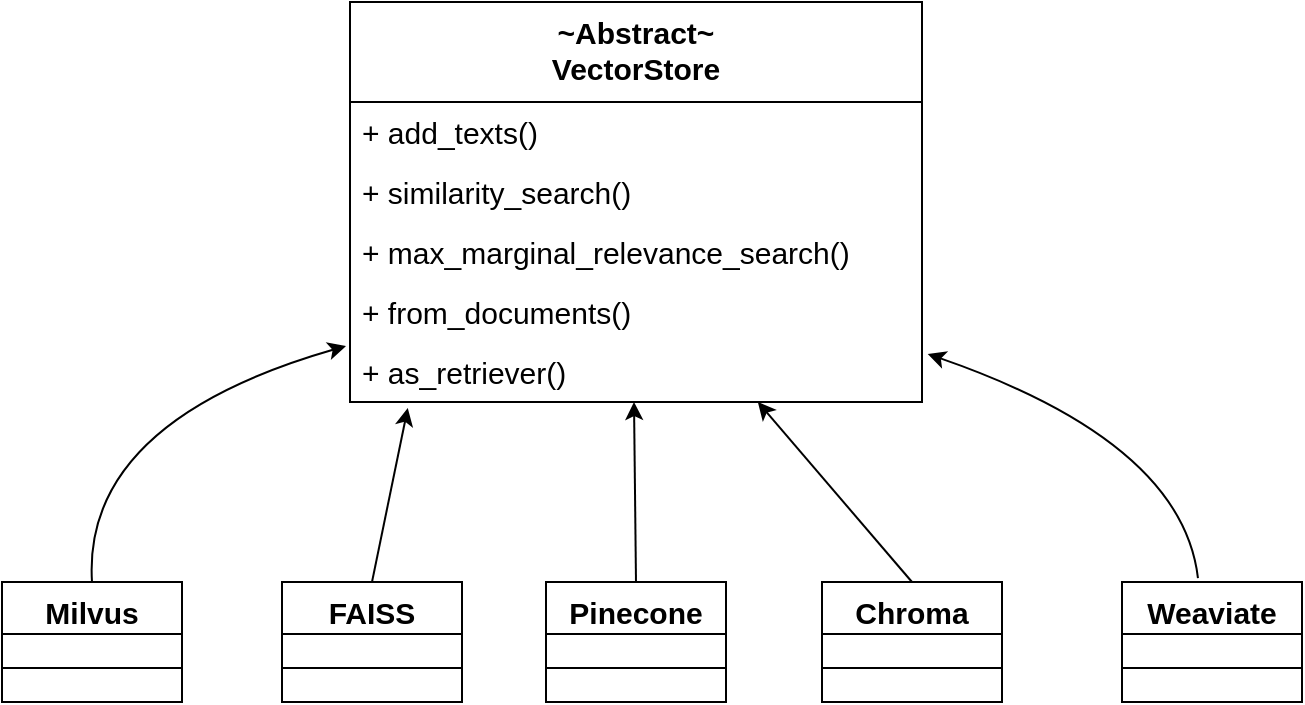
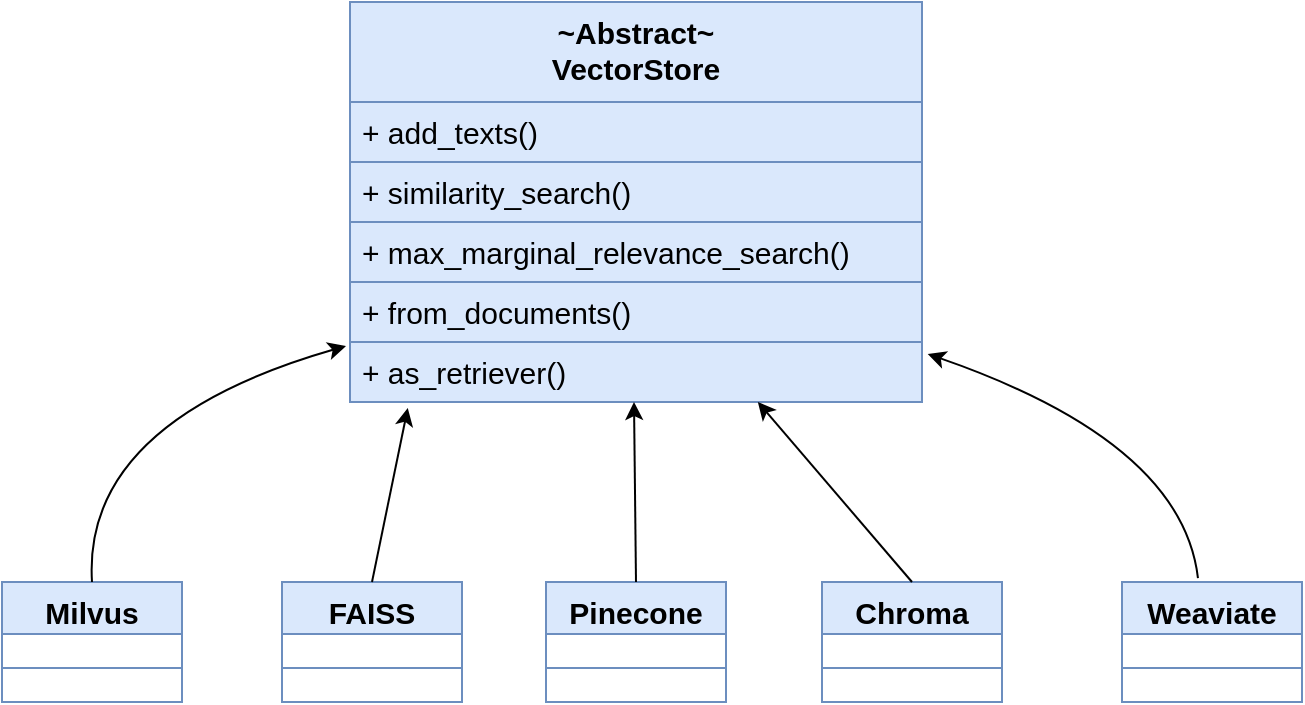
<mxfile host="app.diagrams.net">
  <diagram name="第 1 页" id="Y-R_4WBUKUfJA1rpI_0V">
    <mxGraphModel dx="1414" dy="751" grid="1" gridSize="10" guides="1" tooltips="1" connect="1" arrows="1" fold="1" page="1" pageScale="1" pageWidth="827" pageHeight="1169" math="0" shadow="0">
      <root>
        <mxCell id="0" />
        <mxCell id="1" parent="0" />
-         <mxCell id="nYBL7SKyiEKuapd49Qyh-1" parent="1" style="swimlane;fontStyle=1;align=center;verticalAlign=top;childLayout=stackLayout;horizontal=1;startSize=50;horizontalStack=0;resizeParent=1;resizeParentMax=0;resizeLast=0;collapsible=1;marginBottom=0;whiteSpace=wrap;html=1;swimlaneLine=1;fontSize=15;" value="~Abstract~&lt;div&gt;VectorStore&lt;/div&gt;" vertex="1">
+         <mxCell id="nYBL7SKyiEKuapd49Qyh-1" parent="1" style="swimlane;fontStyle=1;align=center;verticalAlign=top;childLayout=stackLayout;horizontal=1;startSize=50;horizontalStack=0;resizeParent=1;resizeParentMax=0;resizeLast=0;collapsible=1;marginBottom=0;whiteSpace=wrap;html=1;swimlaneLine=1;fontSize=15;fillColor=#dae8fc;strokeColor=#6c8ebf;" value="~Abstract~&lt;div&gt;VectorStore&lt;/div&gt;" vertex="1">
          <mxGeometry height="200" width="286" x="334" y="90" as="geometry">
            <mxRectangle height="50" width="100" x="334" y="90" as="alternateBounds" />
          </mxGeometry>
        </mxCell>
-         <mxCell id="nYBL7SKyiEKuapd49Qyh-2" parent="nYBL7SKyiEKuapd49Qyh-1" style="text;strokeColor=none;fillColor=none;align=left;verticalAlign=top;spacingLeft=4;spacingRight=4;overflow=hidden;rotatable=0;points=[[0,0.5],[1,0.5]];portConstraint=eastwest;whiteSpace=wrap;html=1;fontSize=15;" value="+ add_texts()" vertex="1">
+         <mxCell id="nYBL7SKyiEKuapd49Qyh-2" parent="nYBL7SKyiEKuapd49Qyh-1" style="text;strokeColor=#6c8ebf;fillColor=#dae8fc;align=left;verticalAlign=top;spacingLeft=4;spacingRight=4;overflow=hidden;rotatable=0;points=[[0,0.5],[1,0.5]];portConstraint=eastwest;whiteSpace=wrap;html=1;fontSize=15;" value="+ add_texts()" vertex="1">
          <mxGeometry height="30" width="286" y="50" as="geometry" />
        </mxCell>
-         <mxCell id="nYBL7SKyiEKuapd49Qyh-4" parent="nYBL7SKyiEKuapd49Qyh-1" style="text;strokeColor=none;fillColor=none;align=left;verticalAlign=top;spacingLeft=4;spacingRight=4;overflow=hidden;rotatable=0;points=[[0,0.5],[1,0.5]];portConstraint=eastwest;whiteSpace=wrap;html=1;fontSize=15;" value="+ similarity_search()" vertex="1">
+         <mxCell id="nYBL7SKyiEKuapd49Qyh-4" parent="nYBL7SKyiEKuapd49Qyh-1" style="text;strokeColor=#6c8ebf;fillColor=#dae8fc;align=left;verticalAlign=top;spacingLeft=4;spacingRight=4;overflow=hidden;rotatable=0;points=[[0,0.5],[1,0.5]];portConstraint=eastwest;whiteSpace=wrap;html=1;fontSize=15;" value="+ similarity_search()" vertex="1">
          <mxGeometry height="30" width="286" y="80" as="geometry" />
        </mxCell>
-         <mxCell id="nYBL7SKyiEKuapd49Qyh-8" parent="nYBL7SKyiEKuapd49Qyh-1" style="text;strokeColor=none;fillColor=none;align=left;verticalAlign=top;spacingLeft=4;spacingRight=4;overflow=hidden;rotatable=0;points=[[0,0.5],[1,0.5]];portConstraint=eastwest;whiteSpace=wrap;html=1;fontSize=15;" value="+ max_marginal_relevance_search()" vertex="1">
+         <mxCell id="nYBL7SKyiEKuapd49Qyh-8" parent="nYBL7SKyiEKuapd49Qyh-1" style="text;strokeColor=#6c8ebf;fillColor=#dae8fc;align=left;verticalAlign=top;spacingLeft=4;spacingRight=4;overflow=hidden;rotatable=0;points=[[0,0.5],[1,0.5]];portConstraint=eastwest;whiteSpace=wrap;html=1;fontSize=15;" value="+ max_marginal_relevance_search()" vertex="1">
          <mxGeometry height="30" width="286" y="110" as="geometry" />
        </mxCell>
-         <mxCell id="nYBL7SKyiEKuapd49Qyh-9" parent="nYBL7SKyiEKuapd49Qyh-1" style="text;strokeColor=none;fillColor=none;align=left;verticalAlign=top;spacingLeft=4;spacingRight=4;overflow=hidden;rotatable=0;points=[[0,0.5],[1,0.5]];portConstraint=eastwest;whiteSpace=wrap;html=1;fontSize=15;" value="+ from_documents()" vertex="1">
+         <mxCell id="nYBL7SKyiEKuapd49Qyh-9" parent="nYBL7SKyiEKuapd49Qyh-1" style="text;strokeColor=#6c8ebf;fillColor=#dae8fc;align=left;verticalAlign=top;spacingLeft=4;spacingRight=4;overflow=hidden;rotatable=0;points=[[0,0.5],[1,0.5]];portConstraint=eastwest;whiteSpace=wrap;html=1;fontSize=15;" value="+ from_documents()" vertex="1">
          <mxGeometry height="30" width="286" y="140" as="geometry" />
        </mxCell>
-         <mxCell id="nYBL7SKyiEKuapd49Qyh-10" parent="nYBL7SKyiEKuapd49Qyh-1" style="text;strokeColor=none;fillColor=none;align=left;verticalAlign=top;spacingLeft=4;spacingRight=4;overflow=hidden;rotatable=0;points=[[0,0.5],[1,0.5]];portConstraint=eastwest;whiteSpace=wrap;html=1;fontSize=15;" value="+ as_retriever()" vertex="1">
+         <mxCell id="nYBL7SKyiEKuapd49Qyh-10" parent="nYBL7SKyiEKuapd49Qyh-1" style="text;strokeColor=#6c8ebf;fillColor=#dae8fc;align=left;verticalAlign=top;spacingLeft=4;spacingRight=4;overflow=hidden;rotatable=0;points=[[0,0.5],[1,0.5]];portConstraint=eastwest;whiteSpace=wrap;html=1;fontSize=15;" value="+ as_retriever()" vertex="1">
          <mxGeometry height="30" width="286" y="170" as="geometry" />
        </mxCell>
-         <mxCell id="nYBL7SKyiEKuapd49Qyh-16" parent="1" style="swimlane;fontStyle=1;align=center;verticalAlign=top;childLayout=stackLayout;horizontal=1;startSize=26;horizontalStack=0;resizeParent=1;resizeParentMax=0;resizeLast=0;collapsible=1;marginBottom=0;whiteSpace=wrap;html=1;fontSize=15;" value="Milvus" vertex="1">
+         <mxCell id="nYBL7SKyiEKuapd49Qyh-16" parent="1" style="swimlane;fontStyle=1;align=center;verticalAlign=top;childLayout=stackLayout;horizontal=1;startSize=26;horizontalStack=0;resizeParent=1;resizeParentMax=0;resizeLast=0;collapsible=1;marginBottom=0;whiteSpace=wrap;html=1;fontSize=15;fillColor=#dae8fc;strokeColor=#6c8ebf;" value="Milvus" vertex="1">
          <mxGeometry height="60" width="90" x="160" y="380" as="geometry" />
        </mxCell>
        <mxCell id="nYBL7SKyiEKuapd49Qyh-18" parent="nYBL7SKyiEKuapd49Qyh-16" style="line;strokeWidth=1;fillColor=none;align=left;verticalAlign=middle;spacingTop=-1;spacingLeft=3;spacingRight=3;rotatable=0;labelPosition=right;points=[];portConstraint=eastwest;strokeColor=inherit;fontSize=15;" value="" vertex="1">
          <mxGeometry height="34" width="90" y="26" as="geometry" />
        </mxCell>
-         <mxCell id="nYBL7SKyiEKuapd49Qyh-20" parent="1" style="swimlane;fontStyle=1;align=center;verticalAlign=top;childLayout=stackLayout;horizontal=1;startSize=26;horizontalStack=0;resizeParent=1;resizeParentMax=0;resizeLast=0;collapsible=1;marginBottom=0;whiteSpace=wrap;html=1;fontSize=15;" value="FAISS" vertex="1">
+         <mxCell id="nYBL7SKyiEKuapd49Qyh-20" parent="1" style="swimlane;fontStyle=1;align=center;verticalAlign=top;childLayout=stackLayout;horizontal=1;startSize=26;horizontalStack=0;resizeParent=1;resizeParentMax=0;resizeLast=0;collapsible=1;marginBottom=0;whiteSpace=wrap;html=1;fontSize=15;fillColor=#dae8fc;strokeColor=#6c8ebf;" value="FAISS" vertex="1">
          <mxGeometry height="60" width="90" x="300" y="380" as="geometry" />
        </mxCell>
        <mxCell id="nYBL7SKyiEKuapd49Qyh-21" parent="nYBL7SKyiEKuapd49Qyh-20" style="line;strokeWidth=1;fillColor=none;align=left;verticalAlign=middle;spacingTop=-1;spacingLeft=3;spacingRight=3;rotatable=0;labelPosition=right;points=[];portConstraint=eastwest;strokeColor=inherit;fontSize=15;" value="" vertex="1">
          <mxGeometry height="34" width="90" y="26" as="geometry" />
        </mxCell>
-         <mxCell id="nYBL7SKyiEKuapd49Qyh-22" parent="1" style="swimlane;fontStyle=1;align=center;verticalAlign=top;childLayout=stackLayout;horizontal=1;startSize=26;horizontalStack=0;resizeParent=1;resizeParentMax=0;resizeLast=0;collapsible=1;marginBottom=0;whiteSpace=wrap;html=1;fontSize=15;" value="Pinecone" vertex="1">
+         <mxCell id="nYBL7SKyiEKuapd49Qyh-22" parent="1" style="swimlane;fontStyle=1;align=center;verticalAlign=top;childLayout=stackLayout;horizontal=1;startSize=26;horizontalStack=0;resizeParent=1;resizeParentMax=0;resizeLast=0;collapsible=1;marginBottom=0;whiteSpace=wrap;html=1;fontSize=15;fillColor=#dae8fc;strokeColor=#6c8ebf;" value="Pinecone" vertex="1">
          <mxGeometry height="60" width="90" x="432" y="380" as="geometry" />
        </mxCell>
        <mxCell id="nYBL7SKyiEKuapd49Qyh-23" parent="nYBL7SKyiEKuapd49Qyh-22" style="line;strokeWidth=1;fillColor=none;align=left;verticalAlign=middle;spacingTop=-1;spacingLeft=3;spacingRight=3;rotatable=0;labelPosition=right;points=[];portConstraint=eastwest;strokeColor=inherit;fontSize=15;" value="" vertex="1">
          <mxGeometry height="34" width="90" y="26" as="geometry" />
        </mxCell>
-         <mxCell id="nYBL7SKyiEKuapd49Qyh-24" parent="1" style="swimlane;fontStyle=1;align=center;verticalAlign=top;childLayout=stackLayout;horizontal=1;startSize=26;horizontalStack=0;resizeParent=1;resizeParentMax=0;resizeLast=0;collapsible=1;marginBottom=0;whiteSpace=wrap;html=1;fontSize=15;" value="Chroma" vertex="1">
+         <mxCell id="nYBL7SKyiEKuapd49Qyh-24" parent="1" style="swimlane;fontStyle=1;align=center;verticalAlign=top;childLayout=stackLayout;horizontal=1;startSize=26;horizontalStack=0;resizeParent=1;resizeParentMax=0;resizeLast=0;collapsible=1;marginBottom=0;whiteSpace=wrap;html=1;fontSize=15;fillColor=#dae8fc;strokeColor=#6c8ebf;" value="Chroma" vertex="1">
          <mxGeometry height="60" width="90" x="570" y="380" as="geometry" />
        </mxCell>
        <mxCell id="nYBL7SKyiEKuapd49Qyh-25" parent="nYBL7SKyiEKuapd49Qyh-24" style="line;strokeWidth=1;fillColor=none;align=left;verticalAlign=middle;spacingTop=-1;spacingLeft=3;spacingRight=3;rotatable=0;labelPosition=right;points=[];portConstraint=eastwest;strokeColor=inherit;fontSize=15;" value="" vertex="1">
          <mxGeometry height="34" width="90" y="26" as="geometry" />
        </mxCell>
-         <mxCell id="nYBL7SKyiEKuapd49Qyh-26" parent="1" style="swimlane;fontStyle=1;align=center;verticalAlign=top;childLayout=stackLayout;horizontal=1;startSize=26;horizontalStack=0;resizeParent=1;resizeParentMax=0;resizeLast=0;collapsible=1;marginBottom=0;whiteSpace=wrap;html=1;fontSize=15;" value="Weaviate" vertex="1">
+         <mxCell id="nYBL7SKyiEKuapd49Qyh-26" parent="1" style="swimlane;fontStyle=1;align=center;verticalAlign=top;childLayout=stackLayout;horizontal=1;startSize=26;horizontalStack=0;resizeParent=1;resizeParentMax=0;resizeLast=0;collapsible=1;marginBottom=0;whiteSpace=wrap;html=1;fontSize=15;fillColor=#dae8fc;strokeColor=#6c8ebf;" value="Weaviate" vertex="1">
          <mxGeometry height="60" width="90" x="720" y="380" as="geometry" />
        </mxCell>
        <mxCell id="nYBL7SKyiEKuapd49Qyh-27" parent="nYBL7SKyiEKuapd49Qyh-26" style="line;strokeWidth=1;fillColor=none;align=left;verticalAlign=middle;spacingTop=-1;spacingLeft=3;spacingRight=3;rotatable=0;labelPosition=right;points=[];portConstraint=eastwest;strokeColor=inherit;fontSize=15;" value="" vertex="1">
          <mxGeometry height="34" width="90" y="26" as="geometry" />
        </mxCell>
        <mxCell id="nYBL7SKyiEKuapd49Qyh-29" edge="1" parent="1" source="nYBL7SKyiEKuapd49Qyh-16" style="endArrow=classic;html=1;rounded=0;exitX=0.5;exitY=0;exitDx=0;exitDy=0;entryX=-0.007;entryY=0.067;entryDx=0;entryDy=0;entryPerimeter=0;curved=1;fontSize=15;" target="nYBL7SKyiEKuapd49Qyh-10" value="">
          <mxGeometry height="50" relative="1" width="50" as="geometry">
            <Array as="points">
              <mxPoint x="200" y="300" />
            </Array>
            <mxPoint x="180" y="360" as="sourcePoint" />
            <mxPoint x="230" y="310" as="targetPoint" />
          </mxGeometry>
        </mxCell>
        <mxCell id="nYBL7SKyiEKuapd49Qyh-30" edge="1" parent="1" source="nYBL7SKyiEKuapd49Qyh-20" style="endArrow=classic;html=1;rounded=0;exitX=0.5;exitY=0;exitDx=0;exitDy=0;entryX=0.101;entryY=1.1;entryDx=0;entryDy=0;entryPerimeter=0;fontSize=15;" target="nYBL7SKyiEKuapd49Qyh-10" value="">
          <mxGeometry height="50" relative="1" width="50" as="geometry">
            <mxPoint x="360" y="370" as="sourcePoint" />
            <mxPoint x="410" y="320" as="targetPoint" />
          </mxGeometry>
        </mxCell>
        <mxCell id="nYBL7SKyiEKuapd49Qyh-31" edge="1" parent="1" source="nYBL7SKyiEKuapd49Qyh-22" style="endArrow=classic;html=1;rounded=0;exitX=0.5;exitY=0;exitDx=0;exitDy=0;fontSize=15;" value="">
          <mxGeometry height="50" relative="1" width="50" as="geometry">
            <mxPoint x="470" y="370" as="sourcePoint" />
            <mxPoint x="476" y="290" as="targetPoint" />
          </mxGeometry>
        </mxCell>
        <mxCell id="nYBL7SKyiEKuapd49Qyh-32" edge="1" parent="1" source="nYBL7SKyiEKuapd49Qyh-24" style="endArrow=classic;html=1;rounded=0;entryX=0.713;entryY=1;entryDx=0;entryDy=0;entryPerimeter=0;exitX=0.5;exitY=0;exitDx=0;exitDy=0;fontSize=15;" target="nYBL7SKyiEKuapd49Qyh-10" value="">
          <mxGeometry height="50" relative="1" width="50" as="geometry">
            <mxPoint x="720" y="330" as="sourcePoint" />
            <mxPoint x="770" y="280" as="targetPoint" />
          </mxGeometry>
        </mxCell>
        <mxCell id="nYBL7SKyiEKuapd49Qyh-33" edge="1" parent="1" source="nYBL7SKyiEKuapd49Qyh-26" style="endArrow=classic;html=1;rounded=0;entryX=1.01;entryY=0.2;entryDx=0;entryDy=0;entryPerimeter=0;exitX=0.422;exitY=-0.033;exitDx=0;exitDy=0;exitPerimeter=0;curved=1;fontSize=15;" target="nYBL7SKyiEKuapd49Qyh-10" value="">
          <mxGeometry height="50" relative="1" width="50" as="geometry">
            <Array as="points">
              <mxPoint x="750" y="310" />
            </Array>
            <mxPoint x="790" y="350" as="sourcePoint" />
            <mxPoint x="840" y="300" as="targetPoint" />
          </mxGeometry>
        </mxCell>
      </root>
    </mxGraphModel>
  </diagram>
</mxfile>
